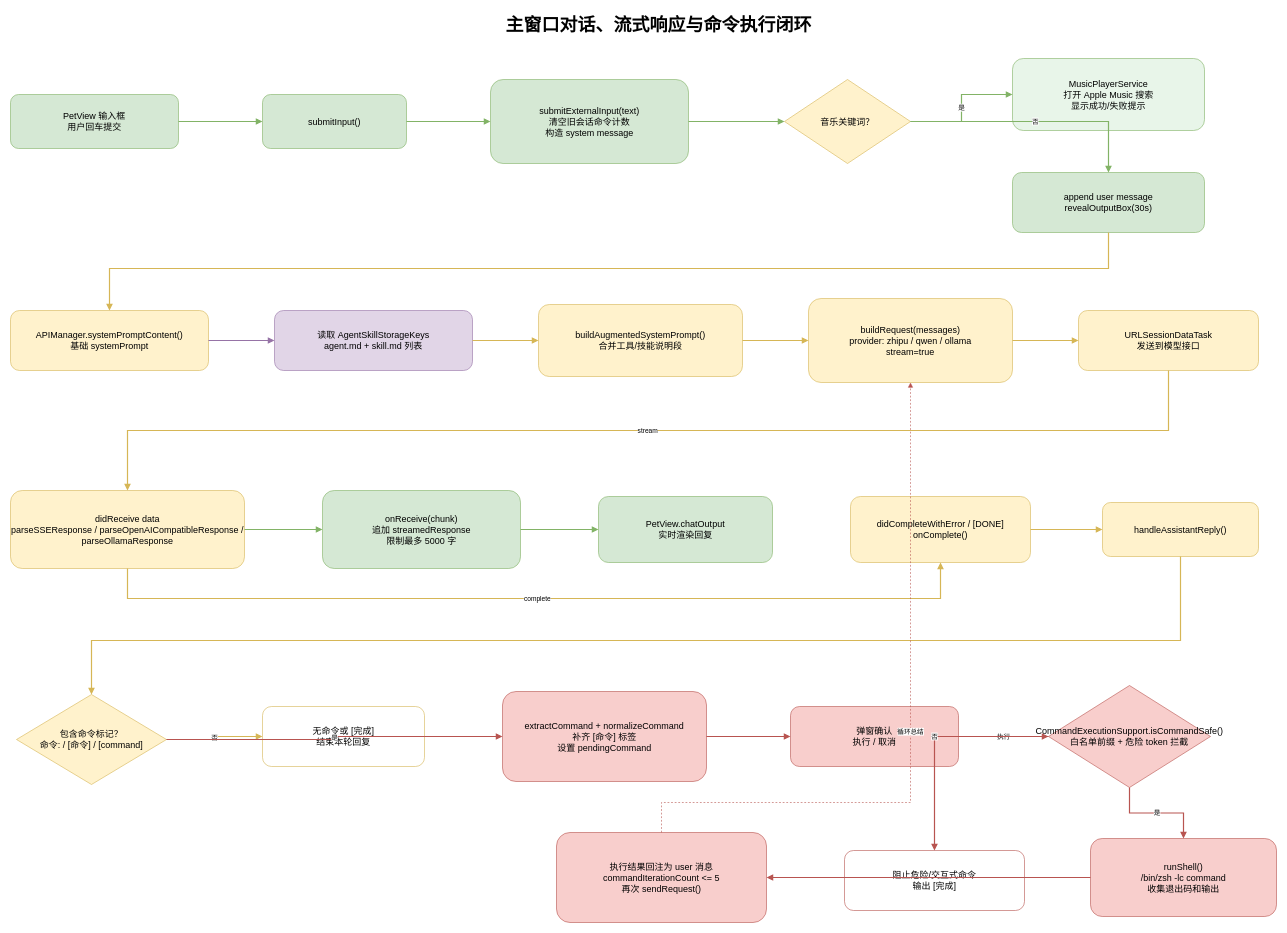
Earlier version of the draw.io diagram page "02 对话与命令执行" (2 of 3) of docs/kanban-girl-flow.drawio (super-213/AI-girlfriend). Source tidied: cells renumbered, new cells numbered last; positions are measured from the earlier drawing's top-left corner, leaving out a move shared by most shapes. Both pictures are drawn from the tidied source at 60%, with x=0, y=0 at pixel (10, 10).
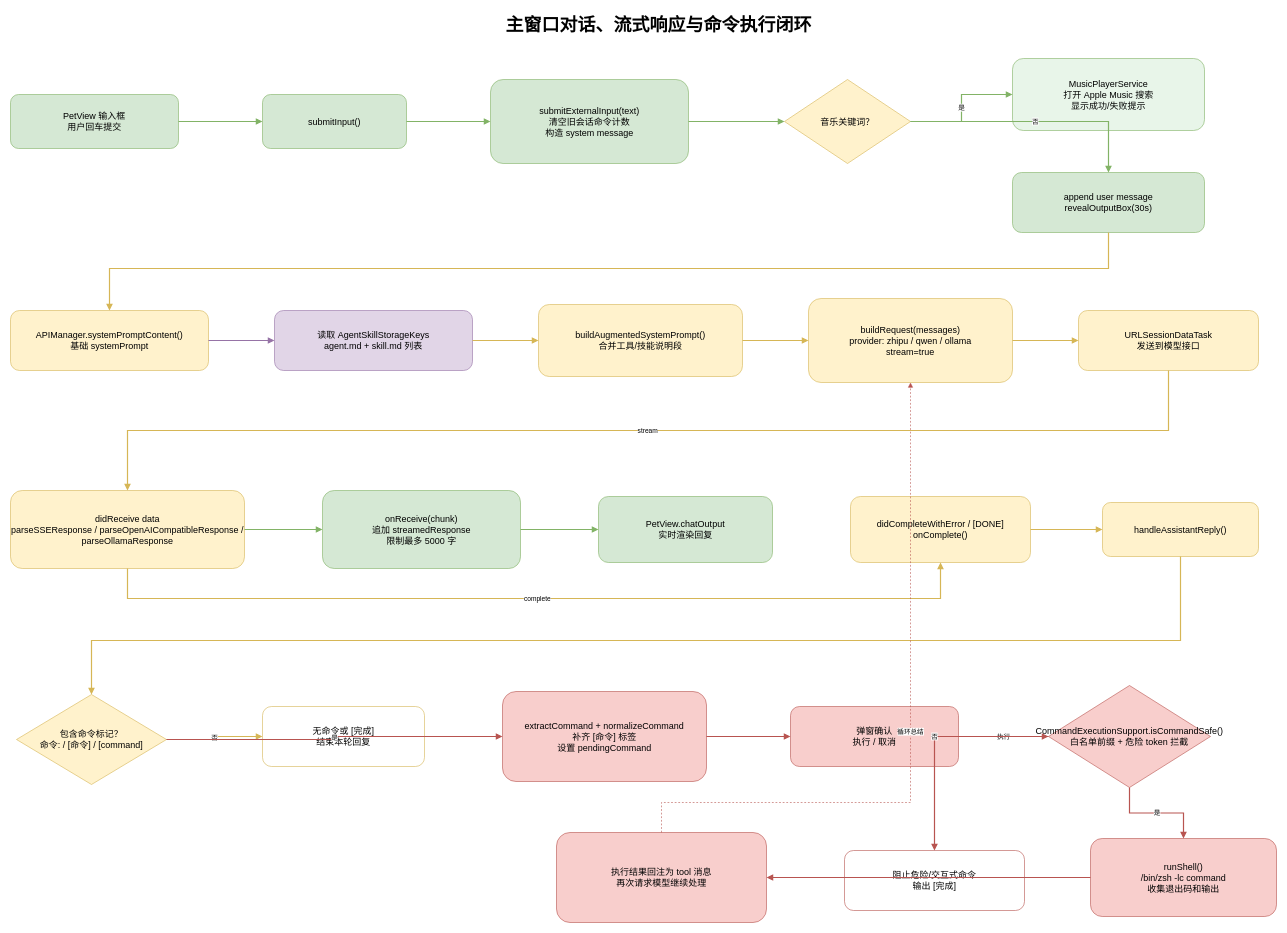
After the change.

Change to the diagram source:
```diff
@@
-    <mxCell id="26" value="执行结果回注为 user 消息&lt;br&gt;commandIterationCount &lt;= 5&lt;br&gt;再次 sendRequest()" style="rounded=1;whiteSpace=wrap;html=1;fillColor=#f8cecc;strokeColor=#b85450;fontSize=15;" parent="1" vertex="1">
+    <mxCell id="26" value="执行结果回注为 tool 消息&lt;br&gt;再次请求模型继续处理" style="rounded=1;whiteSpace=wrap;html=1;fillColor=#f8cecc;strokeColor=#b85450;fontSize=15;" parent="1" vertex="1">
       <mxGeometry x="910" y="1370" width="350" height="150" as="geometry" />
     </mxCell>
```
